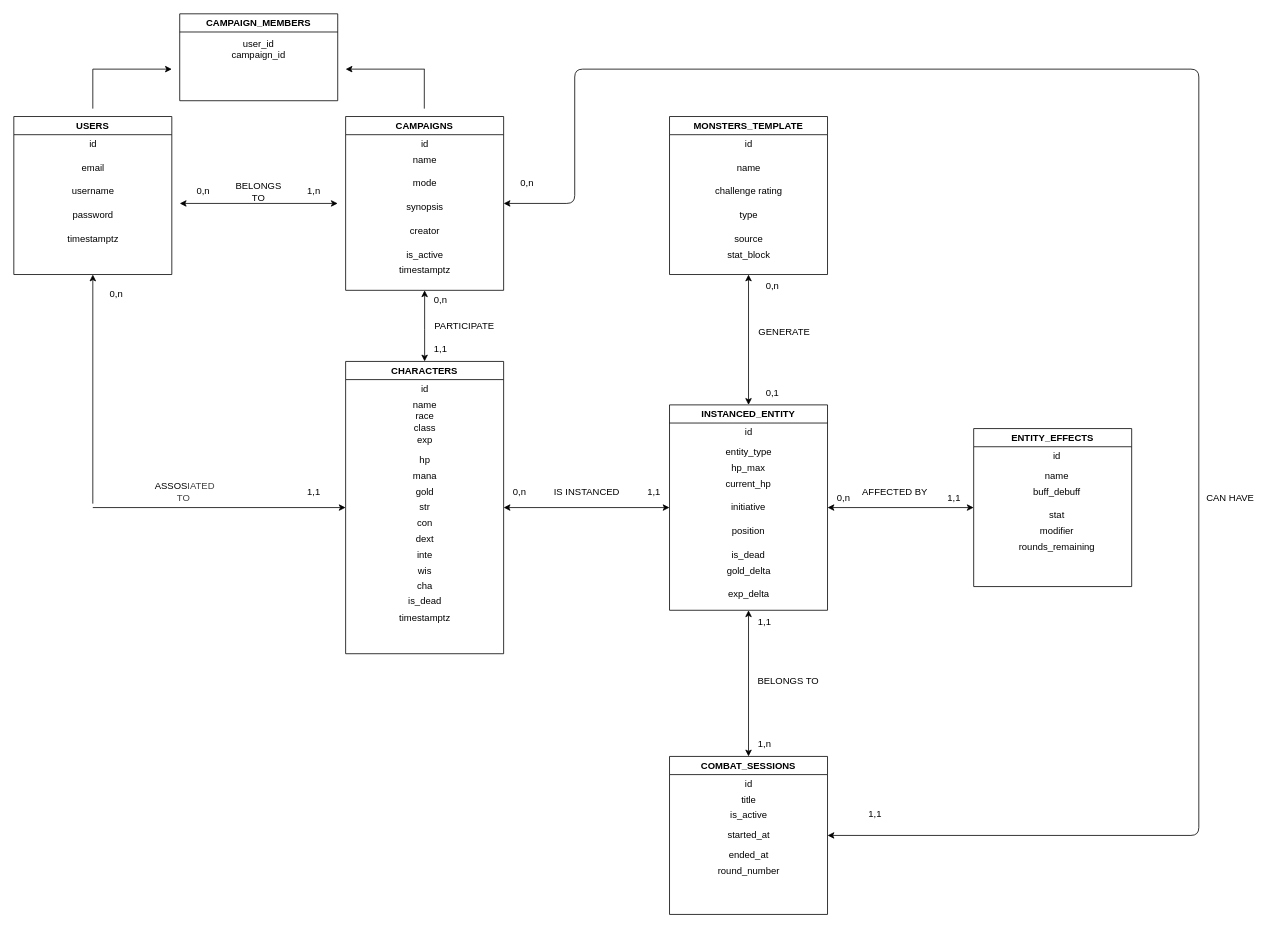
Before: DOCS/MCD.drawio in Kerdjadjreda/Dungeons-and-Dragons, a draw.io diagram. Source tidied: cells renumbered, new cells numbered last; positions are measured from the earlier drawing's top-left corner, leaving out a move shared by most shapes. Both pictures are drawn from the tidied source at 79%, with x=0, y=0 at pixel (13, 13).
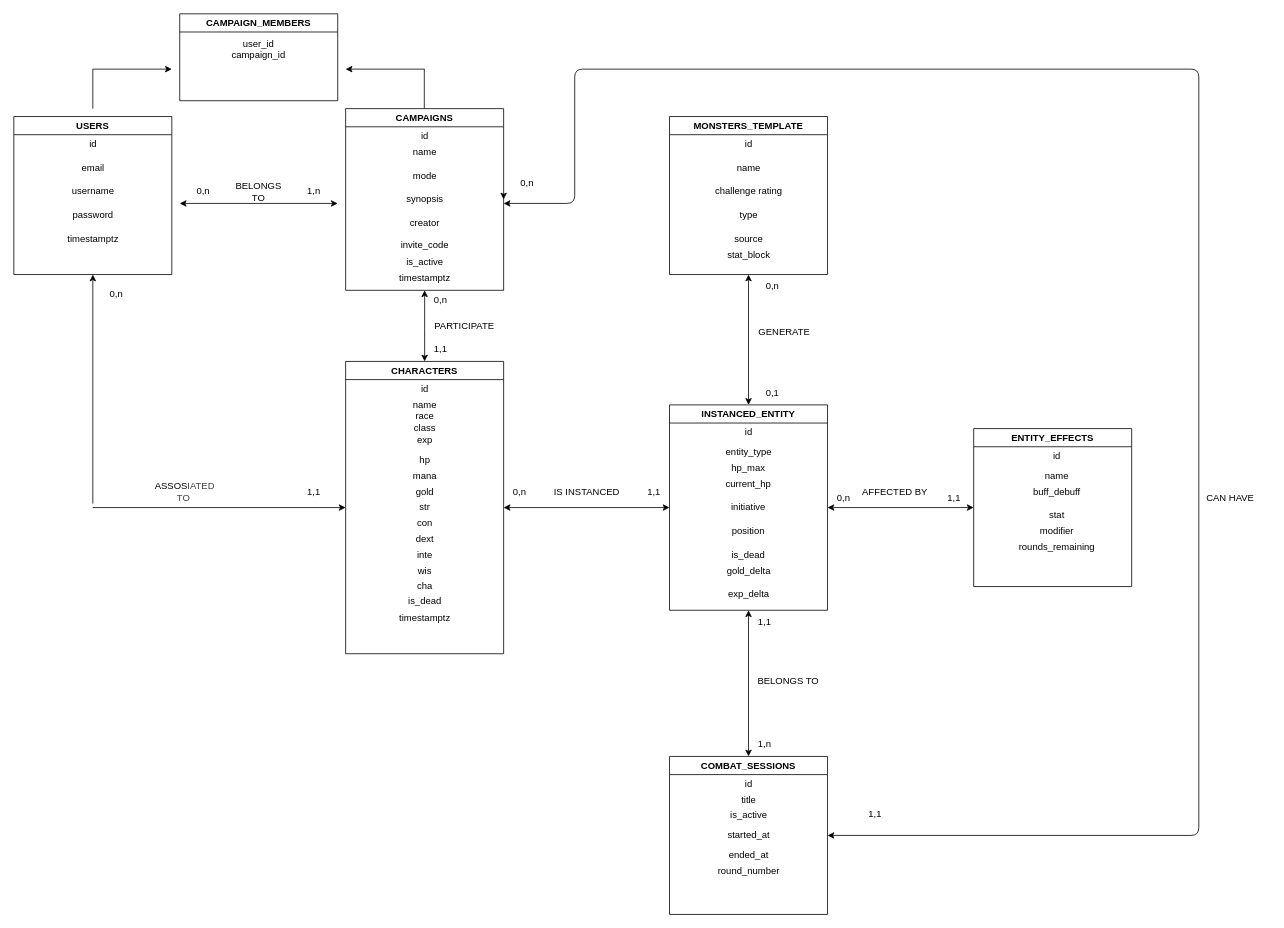
The same diagram, later.

Commit message (it also covers changes not shown here):
Major feature: a user generate a code when a campaign is created. other users can now join the campaign only if the code is valide.

Unchanged cells that the change refers to:
```xml
<mxCell id="66" value="COMBAT_SESSIONS" style="swimlane;whiteSpace=wrap;html=1;" parent="1" vertex="1">
  <mxGeometry x="830" y="940" width="200" height="200" as="geometry" />
</mxCell>
<mxCell id="100" value="0,n" style="text;html=1;align=center;verticalAlign=middle;whiteSpace=wrap;rounded=0;" parent="1" vertex="1">
  <mxGeometry x="620" y="200" width="60" height="30" as="geometry" />
</mxCell>
```

The edit, as a diff of the source:
```diff
@@
     <mxCell id="8" value="CAMPAIGNS" style="swimlane;whiteSpace=wrap;html=1;" parent="1" vertex="1">
-      <mxGeometry x="420" y="130" width="200" height="220" as="geometry" />
+      <mxGeometry x="420" y="120" width="200" height="230" as="geometry" />
     </mxCell>
@@
     <mxCell id="13" value="is_active" style="text;html=1;align=center;verticalAlign=middle;strokeColor=none;fillColor=none;" parent="8" vertex="1">
-      <mxGeometry x="65" y="160" width="70" height="30" as="geometry" />
+      <mxGeometry x="65" y="180" width="70" height="30" as="geometry" />
     </mxCell>
     <mxCell id="14" value="timestamptz" style="text;html=1;align=center;verticalAlign=middle;strokeColor=none;fillColor=none;" parent="8" vertex="1">
-      <mxGeometry x="55" y="180" width="90" height="30" as="geometry" />
+      <mxGeometry x="55" y="200" width="90" height="30" as="geometry" />
     </mxCell>
@@
+    <mxCell id="103" value="invite_code" style="text;html=1;align=center;verticalAlign=middle;strokeColor=none;fillColor=none;" parent="8" vertex="1">
+      <mxGeometry x="60" y="158" width="80" height="30" as="geometry" />
+    </mxCell>
@@
-    <mxCell id="99" style="endArrow=classic;startArrow=classic;html=1;exitX=1;exitY=0.5;exitDx=0;exitDy=0;entryX=1;entryY=0.5;entryDx=0;entryDy=0;" parent="1" edge="1" source="8" target="66">
+    <mxCell id="99" style="endArrow=classic;startArrow=classic;html=1;entryX=1;entryY=0.5;entryDx=0;entryDy=0;" parent="1" edge="1" target="66">
       <mxGeometry relative="1" as="geometry">
+        <mxPoint x="620" y="240" as="sourcePoint" />
         <Array as="points">
           <mxPoint x="710" y="240" />
           <mxPoint x="710" y="70" />
           <mxPoint x="1500" y="70" />
           <mxPoint x="1500" y="1040" />
         </Array>
       </mxGeometry>
     </mxCell>
+    <mxCell id="104" style="edgeStyle=none;html=1;exitX=0;exitY=1;exitDx=0;exitDy=0;entryX=1;entryY=0.5;entryDx=0;entryDy=0;" parent="1" edge="1" source="100" target="8">
+      <mxGeometry relative="1" as="geometry" />
+    </mxCell>
```
